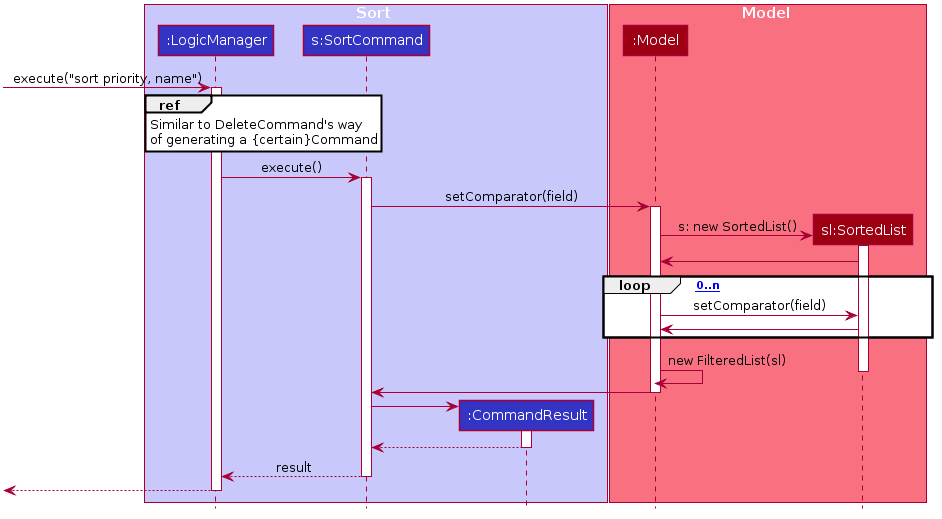
Earlier version of the PlantUML export docs/images/SortSequenceDiagram.png (nus-cs2103-AY1920S2/addressbook-level3). Source of this version:
```plantuml
@startuml








skinparam BackgroundColor #FFFFFFF

skinparam Shadowing false

skinparam Class {
    FontColor #FFFFFF
    BorderThickness 1
    BorderColor #FFFFFF
    StereotypeFontColor #FFFFFF
    FontName Arial
}

skinparam Actor {
    BorderColor #000000
    Color #000000
    FontName Arial
}

skinparam Sequence {
    MessageAlign center
    BoxFontSize 15
    BoxPadding 0
    BoxFontColor #FFFFFF
    FontName Arial
}

skinparam Participant {
    FontColor #FFFFFFF
    Padding 20
}

skinparam MinClassWidth 50
skinparam ParticipantPadding 10
skinparam Shadowing false
skinparam DefaultTextAlignment center
skinparam packageStyle Rectangle

hide footbox
hide members
hide circle


box Sort #C8C8FA
participant ":LogicManager" as LogicManager #3333C4
participant "s:SortCommand" as SortCommand #3333C4
participant ":CommandResult" as CommandResult #3333C4
end box

box Model #F97181
participant ":Model" as Model #9D0012
participant "sl:SortedList" as SortedList #9D0012
end box

[-> LogicManager : execute("sort priority, name")
activate LogicManager

ref over LogicManager
    Similar to DeleteCommand's way
    of generating a {certain}Command
end ref



LogicManager -> SortCommand : execute()
activate SortCommand

SortCommand -> Model : setComparator(field)
activate Model
create SortedList
Model -> SortedList:s: new SortedList()
activate SortedList
SortedList -> Model

loop [int 0..n]
    Model -> SortedList: setComparator(field)
    SortedList -> Model
end

Model -> Model: new FilteredList(sl)
deactivate SortedList
Model -> SortCommand
deactivate Model


create CommandResult
SortCommand -> CommandResult
activate CommandResult

CommandResult --> SortCommand
deactivate CommandResult

SortCommand --> LogicManager : result
deactivate SortCommand

[<--LogicManager
deactivate LogicManager
@enduml
```
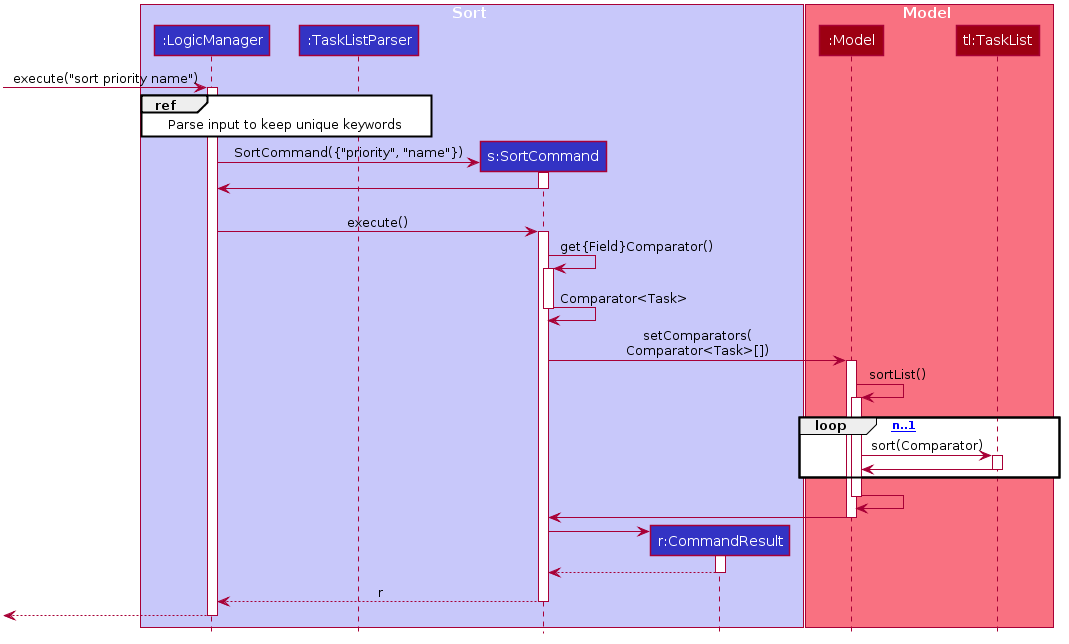
The same file after the commit.

Diff of the diagram source:
```diff
@@ -51,42 +51,54 @@
 
 box Sort #C8C8FA
 participant ":LogicManager" as LogicManager #3333C4
+participant ":TaskListParser" as TaskListParser #3333C4
 participant "s:SortCommand" as SortCommand #3333C4
-participant ":CommandResult" as CommandResult #3333C4
+participant "r:CommandResult" as CommandResult #3333C4
 end box
 
 box Model #F97181
 participant ":Model" as Model #9D0012
-participant "sl:SortedList" as SortedList #9D0012
+participant "tl:TaskList" as TaskList #9D0012
 end box
 
-[-> LogicManager : execute("sort priority, name")
+[-> LogicManager : execute("sort priority name")
 activate LogicManager
 
-ref over LogicManager
-    Similar to DeleteCommand's way
-    of generating a {certain}Command
+ref over LogicManager, TaskListParser
+Parse input to keep unique keywords
 end ref
 
+create SortCommand
+LogicManager -> SortCommand: SortCommand({"priority", "name"})
+activate SortCommand
 
+SortCommand -> LogicManager
+deactivate SortCommand
 
+LogicManager -[hidden]-> SortCommand :
 LogicManager -> SortCommand : execute()
 activate SortCommand
 
-SortCommand -> Model : setComparator(field)
+SortCommand -> SortCommand: get{Field}Comparator()
+activate SortCommand
+
+SortCommand -> SortCommand: Comparator<Task>
+deactivate SortCommand
+
+SortCommand -> Model : setComparators(\nComparator<Task>[])
 activate Model
-create SortedList
-Model -> SortedList:s: new SortedList()
-activate SortedList
-SortedList -> Model
 
-loop [int 0..n]
-    Model -> SortedList: setComparator(field)
-    SortedList -> Model
+Model -> Model: sortList()
+activate Model
+loop [int n..1]
+    Model -> TaskList: sort(Comparator)
+    activate TaskList
+    TaskList -> Model
+    deactivate TaskList
 end
+Model <- Model
+deactivate Model
 
-Model -> Model: new FilteredList(sl)
-deactivate SortedList
 Model -> SortCommand
 deactivate Model
 
@@ -98,7 +110,7 @@
 CommandResult --> SortCommand
 deactivate CommandResult
 
-SortCommand --> LogicManager : result
+SortCommand --> LogicManager : r
 deactivate SortCommand
 
 [<--LogicManager
```
